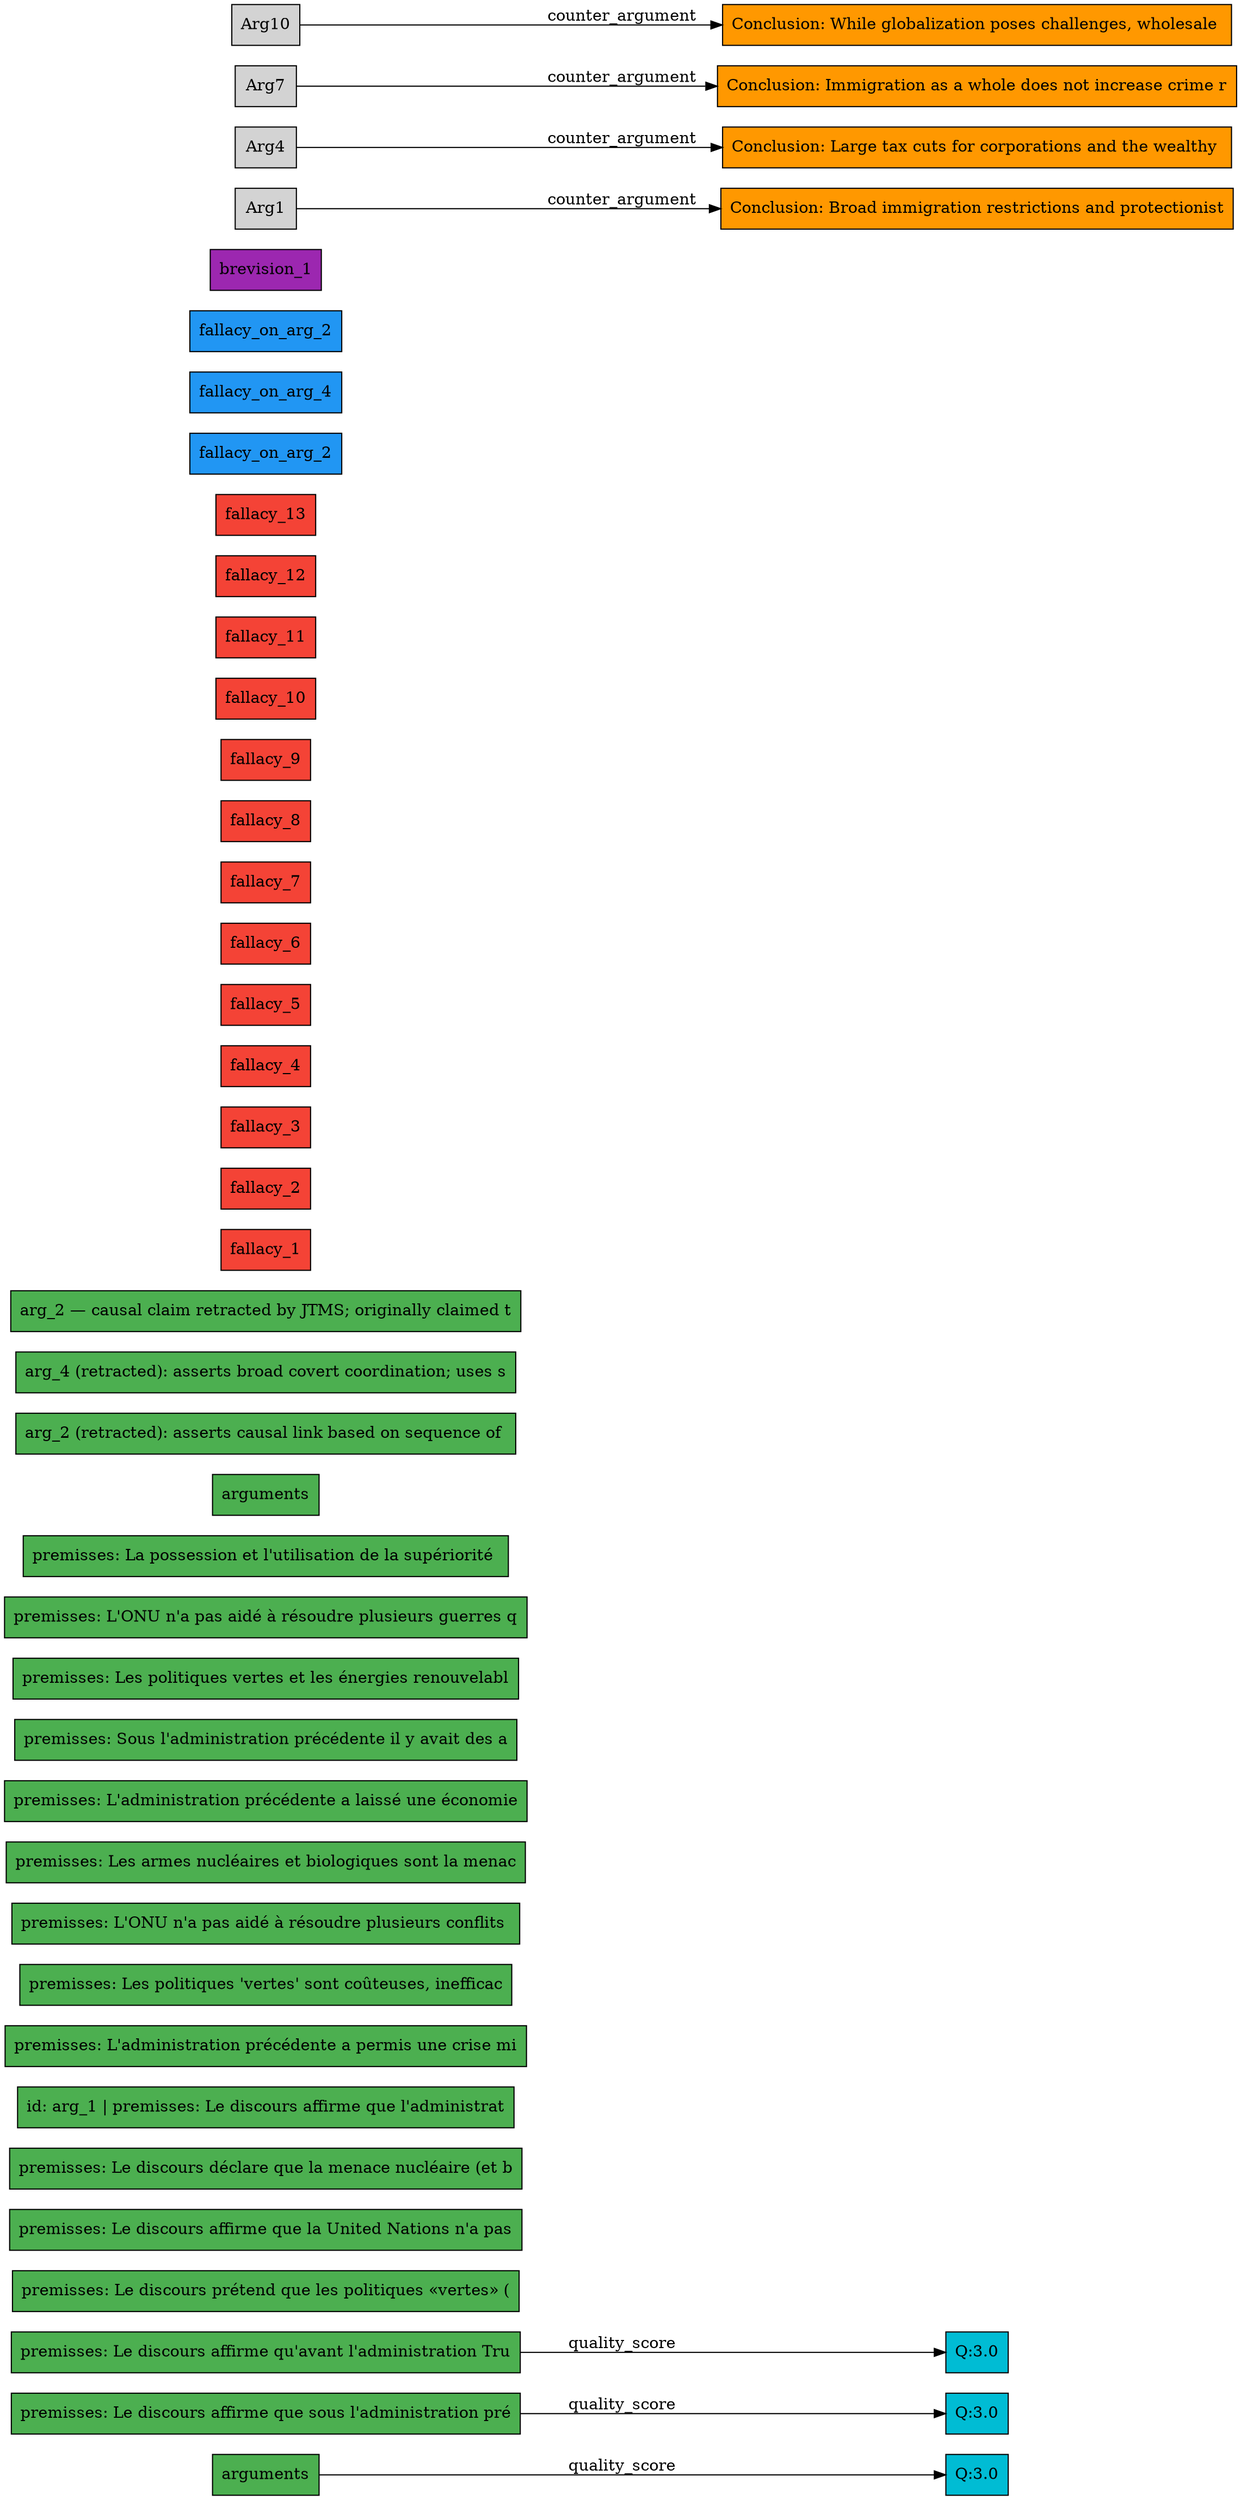
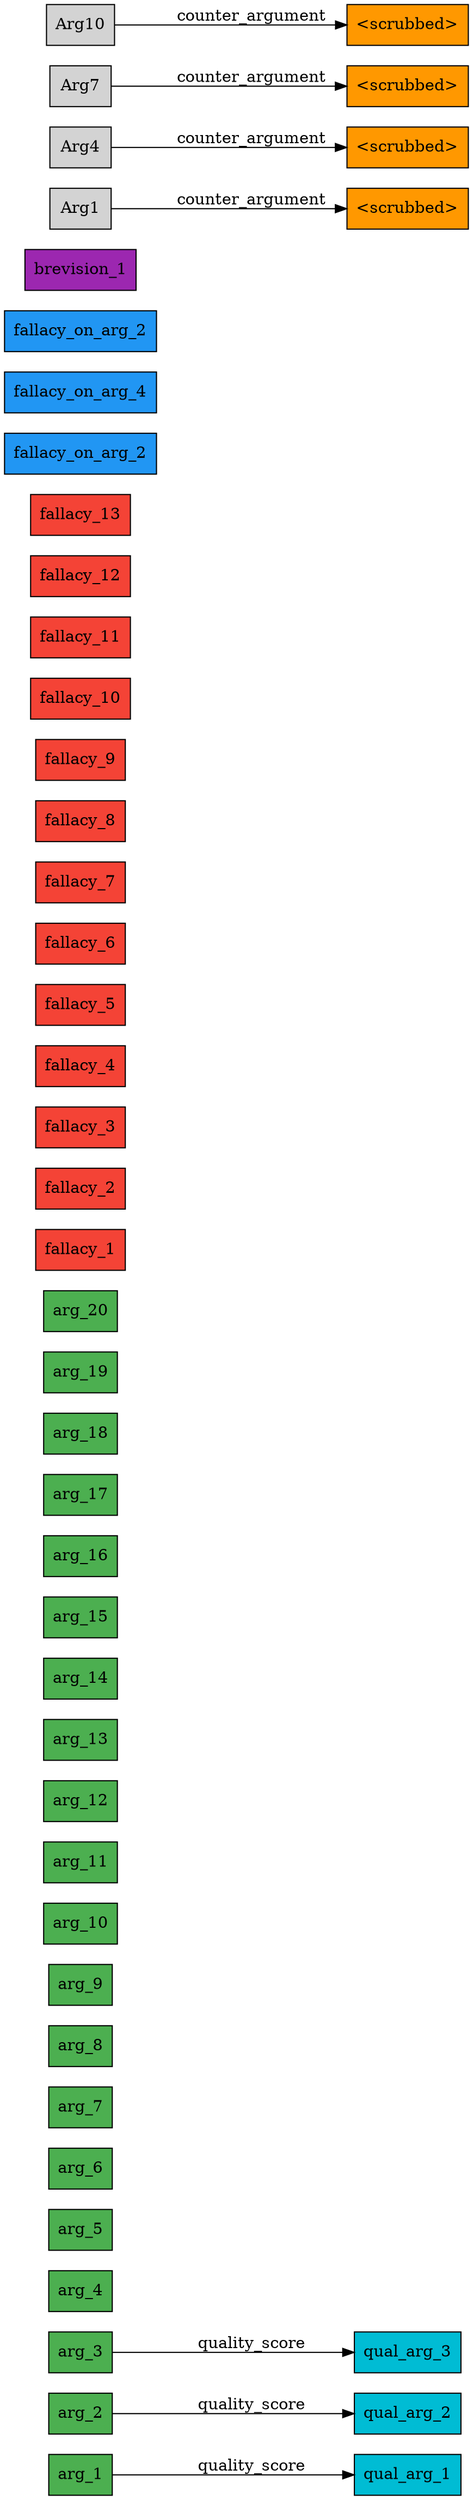
digraph CrossReference {
  rankdir=LR;
  node [shape=box, style=filled];

-   arg_1 [label="arguments", fillcolor="#4CAF50"];
-   arg_2 [label="premisses: Le discours affirme que sous l'administration pré", fillcolor="#4CAF50"];
-   arg_3 [label="premisses: Le discours affirme qu'avant l'administration Tru", fillcolor="#4CAF50"];
-   arg_4 [label="premisses: Le discours prétend que les politiques «vertes» (", fillcolor="#4CAF50"];
-   arg_5 [label="premisses: Le discours affirme que la United Nations n'a pas", fillcolor="#4CAF50"];
-   arg_6 [label="premisses: Le discours déclare que la menace nucléaire (et b", fillcolor="#4CAF50"];
-   arg_7 [label="id: arg_1 | premisses: Le discours affirme que l'administrat", fillcolor="#4CAF50"];
-   arg_8 [label="premisses: L'administration précédente a permis une crise mi", fillcolor="#4CAF50"];
-   arg_9 [label="premisses: Les politiques 'vertes' sont coûteuses, inefficac", fillcolor="#4CAF50"];
-   arg_10 [label="premisses: L'ONU n'a pas aidé à résoudre plusieurs conflits ", fillcolor="#4CAF50"];
-   arg_11 [label="premisses: Les armes nucléaires et biologiques sont la menac", fillcolor="#4CAF50"];
-   arg_12 [label="premisses: L'administration précédente a laissé une économie", fillcolor="#4CAF50"];
-   arg_13 [label="premisses: Sous l'administration précédente il y avait des a", fillcolor="#4CAF50"];
-   arg_14 [label="premisses: Les politiques vertes et les énergies renouvelabl", fillcolor="#4CAF50"];
-   arg_15 [label="premisses: L'ONU n'a pas aidé à résoudre plusieurs guerres q", fillcolor="#4CAF50"];
-   arg_16 [label="premisses: La possession et l'utilisation de la supériorité ", fillcolor="#4CAF50"];
-   arg_17 [label="arguments", fillcolor="#4CAF50"];
-   arg_18 [label="arg_2 (retracted): asserts causal link based on sequence of ", fillcolor="#4CAF50"];
-   arg_19 [label="arg_4 (retracted): asserts broad covert coordination; uses s", fillcolor="#4CAF50"];
-   arg_20 [label="arg_2 — causal claim retracted by JTMS; originally claimed t", fillcolor="#4CAF50"];
+   arg_1 [label="arg_1", fillcolor="#4CAF50"];
+   arg_2 [label="arg_2", fillcolor="#4CAF50"];
+   arg_3 [label="arg_3", fillcolor="#4CAF50"];
+   arg_4 [label="arg_4", fillcolor="#4CAF50"];
+   arg_5 [label="arg_5", fillcolor="#4CAF50"];
+   arg_6 [label="arg_6", fillcolor="#4CAF50"];
+   arg_7 [label="arg_7", fillcolor="#4CAF50"];
+   arg_8 [label="arg_8", fillcolor="#4CAF50"];
+   arg_9 [label="arg_9", fillcolor="#4CAF50"];
+   arg_10 [label="arg_10", fillcolor="#4CAF50"];
+   arg_11 [label="arg_11", fillcolor="#4CAF50"];
+   arg_12 [label="arg_12", fillcolor="#4CAF50"];
+   arg_13 [label="arg_13", fillcolor="#4CAF50"];
+   arg_14 [label="arg_14", fillcolor="#4CAF50"];
+   arg_15 [label="arg_15", fillcolor="#4CAF50"];
+   arg_16 [label="arg_16", fillcolor="#4CAF50"];
+   arg_17 [label="arg_17", fillcolor="#4CAF50"];
+   arg_18 [label="arg_18", fillcolor="#4CAF50"];
+   arg_19 [label="arg_19", fillcolor="#4CAF50"];
+   arg_20 [label="arg_20", fillcolor="#4CAF50"];
  fallacy_1 [label="fallacy_1", fillcolor="#F44336"];
  fallacy_2 [label="fallacy_2", fillcolor="#F44336"];
  fallacy_3 [label="fallacy_3", fillcolor="#F44336"];
  fallacy_4 [label="fallacy_4", fillcolor="#F44336"];
  fallacy_5 [label="fallacy_5", fillcolor="#F44336"];
  fallacy_6 [label="fallacy_6", fillcolor="#F44336"];
  fallacy_7 [label="fallacy_7", fillcolor="#F44336"];
  fallacy_8 [label="fallacy_8", fillcolor="#F44336"];
  fallacy_9 [label="fallacy_9", fillcolor="#F44336"];
  fallacy_10 [label="fallacy_10", fillcolor="#F44336"];
  fallacy_11 [label="fallacy_11", fillcolor="#F44336"];
  fallacy_12 [label="fallacy_12", fillcolor="#F44336"];
  fallacy_13 [label="fallacy_13", fillcolor="#F44336"];
  jtms_1 [label="fallacy_on_arg_2", fillcolor="#2196F3"];
  jtms_2 [label="fallacy_on_arg_4", fillcolor="#2196F3"];
  jtms_3 [label="fallacy_on_arg_2", fillcolor="#2196F3"];
  brevision_1 [label="brevision_1", fillcolor="#9C27B0"];
-   ca_1 [label="Conclusion: Broad immigration restrictions and protectionist", fillcolor="#FF9800"];
-   ca_2 [label="Conclusion: Large tax cuts for corporations and the wealthy ", fillcolor="#FF9800"];
-   ca_3 [label="Conclusion: Immigration as a whole does not increase crime r", fillcolor="#FF9800"];
-   ca_4 [label="Conclusion: While globalization poses challenges, wholesale ", fillcolor="#FF9800"];
-   qual_arg_1 [label="Q:3.0", fillcolor="#00BCD4"];
-   qual_arg_2 [label="Q:3.0", fillcolor="#00BCD4"];
-   qual_arg_3 [label="Q:3.0", fillcolor="#00BCD4"];
+   ca_1 [label="<scrubbed>", fillcolor="#FF9800"];
+   ca_2 [label="<scrubbed>", fillcolor="#FF9800"];
+   ca_3 [label="<scrubbed>", fillcolor="#FF9800"];
+   ca_4 [label="<scrubbed>", fillcolor="#FF9800"];
+   qual_arg_1 [label="qual_arg_1", fillcolor="#00BCD4"];
+   qual_arg_2 [label="qual_arg_2", fillcolor="#00BCD4"];
+   qual_arg_3 [label="qual_arg_3", fillcolor="#00BCD4"];

  Arg1 -> ca_1 [label="counter_argument"];
  Arg4 -> ca_2 [label="counter_argument"];
  Arg7 -> ca_3 [label="counter_argument"];
  Arg10 -> ca_4 [label="counter_argument"];
  arg_1 -> qual_arg_1 [label="quality_score"];
  arg_2 -> qual_arg_2 [label="quality_score"];
  arg_3 -> qual_arg_3 [label="quality_score"];
}